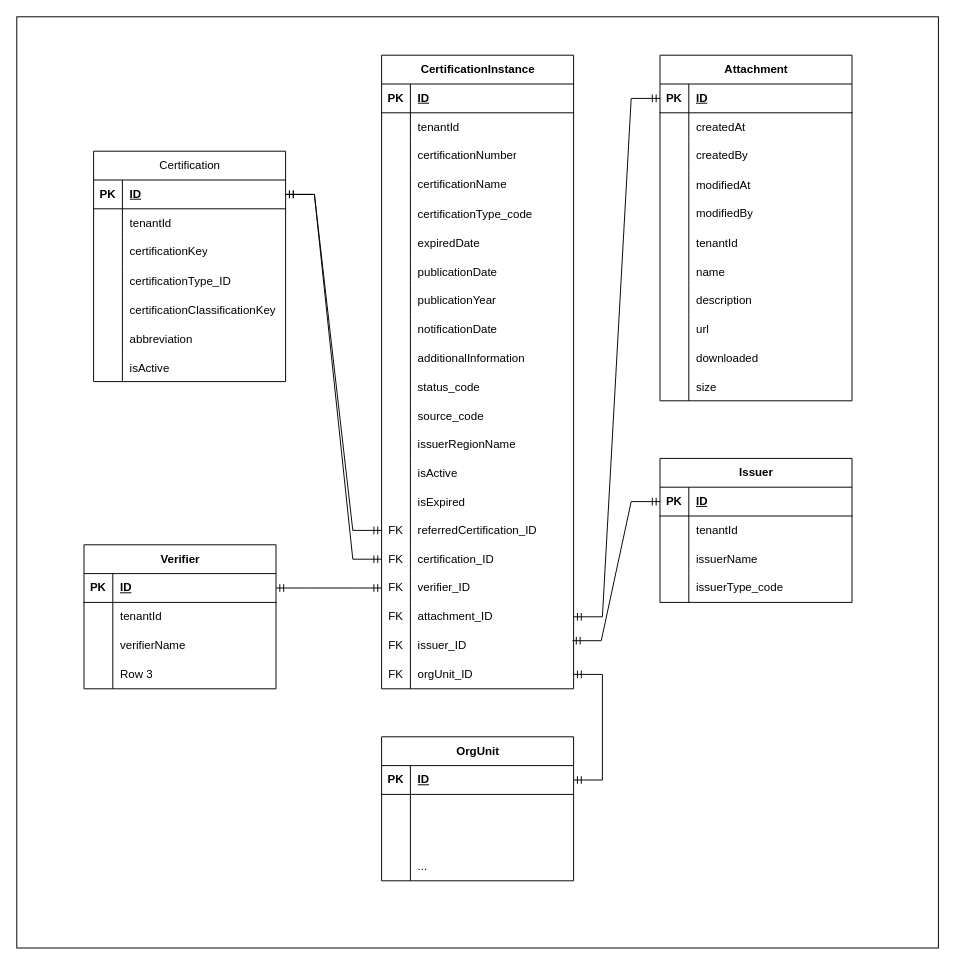
Above: page "Current models in TPD" (30 of 30) of certificationService.er.drawio in huangshijie/Drawio (draw.io), before the change. Source tidied: cells renumbered, new cells numbered last; positions are measured from the earlier drawing's top-left corner, leaving out a move shared by most shapes. Both pictures are drawn from the tidied source at 96%, with x=0, y=0 at pixel (16, 16).
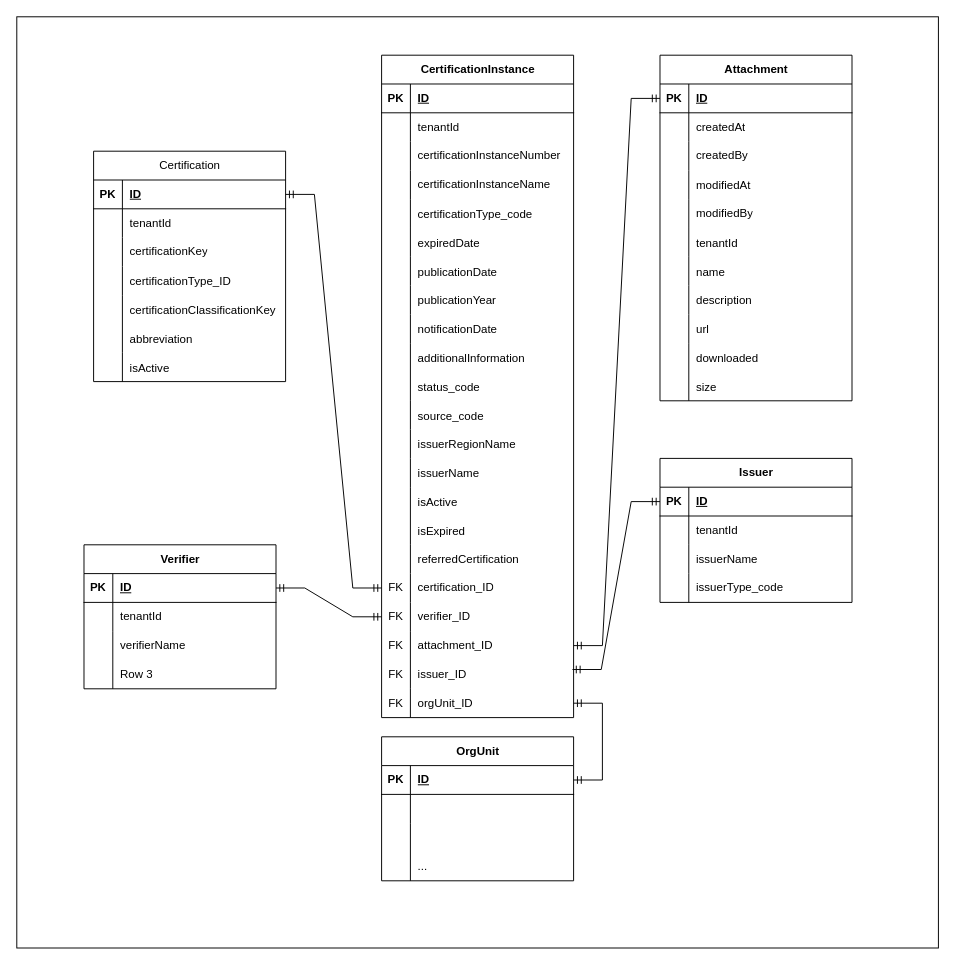
After the change.

The change refers to these unchanged cells:
```xml
<mxCell id="10" style="shape=tableRow;horizontal=0;startSize=0;swimlaneHead=0;swimlaneBody=0;fillColor=none;top=0;left=0;right=0;bottom=0;" parent="3" vertex="1">
  <mxGeometry y="90" width="200" height="30" as="geometry" />
</mxCell>
<mxCell id="13" style="shape=tableRow;horizontal=0;startSize=0;swimlaneHead=0;swimlaneBody=0;fillColor=none;top=0;left=0;right=0;bottom=0;" parent="3" vertex="1">
  <mxGeometry y="120" width="200" height="30" as="geometry" />
</mxCell>
<mxCell id="81" style="shape=tableRow;horizontal=0;startSize=0;swimlaneHead=0;swimlaneBody=0;fillColor=none;points=[[0,0.5],[1,0.5]];portConstraint=eastwest;top=0;left=0;right=0;bottom=1;" parent="80" vertex="1">
  <mxGeometry y="30" width="200" height="30" as="geometry" />
</mxCell>
```

Change to the diagram source:
```diff
@@
     <mxCell id="3" value="CertificationInstance" style="shape=table;startSize=30;childLayout=tableLayout;rowLines=0;fontStyle=1;align=center;html=1;" parent="1" vertex="1">
-      <mxGeometry x="380" y="40" width="200" height="660" as="geometry" />
+      <mxGeometry x="380" y="40" width="200" height="690" as="geometry" />
     </mxCell>
@@
-    <mxCell id="12" value="certificationNumber" style="shape=partialRectangle;fillColor=none;top=0;left=0;bottom=0;right=0;align=left;spacingLeft=6;overflow=hidden;whiteSpace=wrap;html=1;" parent="10" vertex="1">
+    <mxCell id="12" value="certificationInstanceNumber" style="shape=partialRectangle;fillColor=none;top=0;left=0;bottom=0;right=0;align=left;spacingLeft=6;overflow=hidden;whiteSpace=wrap;html=1;" parent="10" vertex="1">
       <mxGeometry x="30" width="170" height="30" as="geometry" />
     </mxCell>
@@
-    <mxCell id="15" value="certificationName" style="shape=partialRectangle;fillColor=none;top=0;left=0;bottom=0;right=0;align=left;spacingLeft=6;overflow=hidden;whiteSpace=wrap;html=1;" parent="13" vertex="1">
+    <mxCell id="15" value="certificationInstanceName" style="shape=partialRectangle;fillColor=none;top=0;left=0;bottom=0;right=0;align=left;spacingLeft=6;overflow=hidden;whiteSpace=wrap;html=1;" parent="13" vertex="1">
       <mxGeometry x="30" width="170" height="30" as="geometry" />
     </mxCell>
@@
+    <mxCell id="168" style="shape=tableRow;horizontal=0;startSize=0;swimlaneHead=0;swimlaneBody=0;fillColor=none;top=0;left=0;right=0;bottom=0;" parent="3" vertex="1">
+      <mxGeometry y="420" width="200" height="30" as="geometry" />
+    </mxCell>
+    <mxCell id="169" style="shape=partialRectangle;fillColor=none;top=0;left=0;bottom=0;right=0;overflow=hidden;" parent="168" vertex="1">
+      <mxGeometry width="30" height="30" as="geometry" />
+    </mxCell>
+    <mxCell id="170" value="issuerName" style="shape=partialRectangle;fillColor=none;top=0;left=0;bottom=0;right=0;align=left;spacingLeft=6;overflow=hidden;" parent="168" vertex="1">
+      <mxGeometry x="30" width="170" height="30" as="geometry" />
+    </mxCell>
     <mxCell id="43" style="shape=tableRow;horizontal=0;startSize=0;swimlaneHead=0;swimlaneBody=0;fillColor=none;top=0;left=0;right=0;bottom=0;" parent="3" vertex="1">
-      <mxGeometry y="420" width="200" height="30" as="geometry" />
+      <mxGeometry y="450" width="200" height="30" as="geometry" />
     </mxCell>
@@
     <mxCell id="46" style="shape=tableRow;horizontal=0;startSize=0;swimlaneHead=0;swimlaneBody=0;fillColor=none;top=0;left=0;right=0;bottom=0;" parent="3" vertex="1">
-      <mxGeometry y="450" width="200" height="30" as="geometry" />
+      <mxGeometry y="480" width="200" height="30" as="geometry" />
     </mxCell>
@@
     <mxCell id="49" style="shape=tableRow;horizontal=0;startSize=0;swimlaneHead=0;swimlaneBody=0;fillColor=none;points=[[0,0.5],[1,0.5]];portConstraint=eastwest;top=0;left=0;right=0;bottom=0;" parent="3" vertex="1">
-      <mxGeometry y="480" width="200" height="30" as="geometry" />
+      <mxGeometry y="510" width="200" height="30" as="geometry" />
     </mxCell>
-    <mxCell id="50" value="FK" style="shape=partialRectangle;fillColor=none;top=0;left=0;bottom=0;right=0;fontStyle=0;overflow=hidden;whiteSpace=wrap;html=1;" parent="49" vertex="1">
+    <mxCell id="50" style="shape=partialRectangle;fillColor=none;top=0;left=0;bottom=0;right=0;fontStyle=0;overflow=hidden;whiteSpace=wrap;html=1;" parent="49" vertex="1">
       <mxGeometry width="30" height="30" as="geometry" />
     </mxCell>
-    <mxCell id="51" value="referredCertification_ID" style="shape=partialRectangle;fillColor=none;top=0;left=0;bottom=0;right=0;align=left;spacingLeft=6;fontStyle=0;overflow=hidden;whiteSpace=wrap;html=1;" parent="49" vertex="1">
+    <mxCell id="51" value="referredCertification" style="shape=partialRectangle;fillColor=none;top=0;left=0;bottom=0;right=0;align=left;spacingLeft=6;fontStyle=0;overflow=hidden;whiteSpace=wrap;html=1;" parent="49" vertex="1">
       <mxGeometry x="30" width="170" height="30" as="geometry" />
     </mxCell>
     <mxCell id="52" style="shape=tableRow;horizontal=0;startSize=0;swimlaneHead=0;swimlaneBody=0;fillColor=none;points=[[0,0.5],[1,0.5]];portConstraint=eastwest;top=0;left=0;right=0;bottom=0;" parent="3" vertex="1">
-      <mxGeometry y="510" width="200" height="30" as="geometry" />
+      <mxGeometry y="540" width="200" height="30" as="geometry" />
     </mxCell>
@@
     <mxCell id="55" style="shape=tableRow;horizontal=0;startSize=0;swimlaneHead=0;swimlaneBody=0;fillColor=none;points=[[0,0.5],[1,0.5]];portConstraint=eastwest;top=0;left=0;right=0;bottom=0;" parent="3" vertex="1">
-      <mxGeometry y="540" width="200" height="30" as="geometry" />
+      <mxGeometry y="570" width="200" height="30" as="geometry" />
     </mxCell>
@@
     <mxCell id="58" style="shape=tableRow;horizontal=0;startSize=0;swimlaneHead=0;swimlaneBody=0;fillColor=none;points=[[0,0.5],[1,0.5]];portConstraint=eastwest;top=0;left=0;right=0;bottom=0;" parent="3" vertex="1">
-      <mxGeometry y="570" width="200" height="30" as="geometry" />
+      <mxGeometry y="600" width="200" height="30" as="geometry" />
     </mxCell>
@@
     <mxCell id="61" style="shape=tableRow;horizontal=0;startSize=0;swimlaneHead=0;swimlaneBody=0;fillColor=none;points=[[0,0.5],[1,0.5]];portConstraint=eastwest;top=0;left=0;right=0;bottom=0;" parent="3" vertex="1">
-      <mxGeometry y="600" width="200" height="30" as="geometry" />
+      <mxGeometry y="630" width="200" height="30" as="geometry" />
     </mxCell>
@@
     <mxCell id="64" style="shape=tableRow;horizontal=0;startSize=0;swimlaneHead=0;swimlaneBody=0;fillColor=none;points=[[0,0.5],[1,0.5]];portConstraint=eastwest;top=0;left=0;right=0;bottom=0;" parent="3" vertex="1">
-      <mxGeometry y="630" width="200" height="30" as="geometry" />
+      <mxGeometry y="660" width="200" height="30" as="geometry" />
     </mxCell>
@@
-    <mxCell id="152" style="edgeStyle=entityRelationEdgeStyle;fontSize=12;html=1;endArrow=ERmandOne;startArrow=ERmandOne;rounded=0;exitX=1;exitY=0.5;exitDx=0;exitDy=0;" parent="1" edge="1" source="81" target="49">
-      <mxGeometry relative="1" as="geometry" />
-    </mxCell>
```
